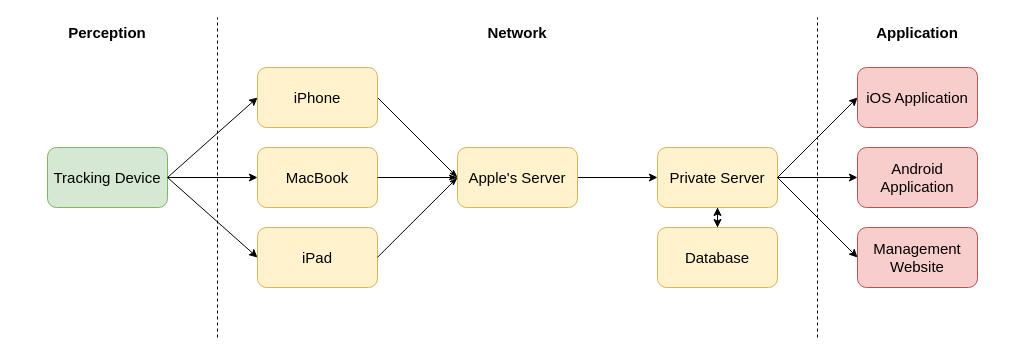
The draw.io diagram Detail_System.drawio in Child-Safety-Tracker/Diagrams, before the edit. Source tidied: cells renumbered, new cells numbered last; positions are measured from the earlier drawing's top-left corner, leaving out a move shared by most shapes. Both pictures are drawn from the tidied source at 100%, with x=0, y=0 at pixel (47, 17).
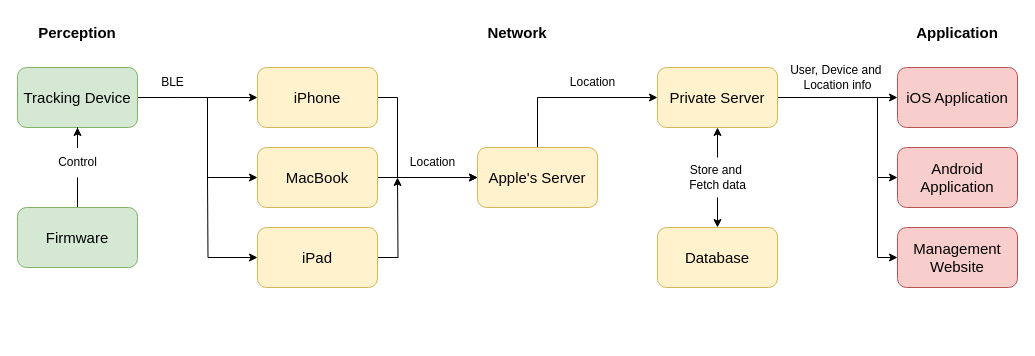
The same diagram, later.

Unchanged cells that the change refers to:
```xml
<mxCell id="5" value="iPhone" style="rounded=1;whiteSpace=wrap;html=1;fillColor=#fff2cc;strokeColor=#d6b656;fontSize=15;" parent="1" vertex="1">
  <mxGeometry x="210" y="50" width="120" height="60" as="geometry" />
</mxCell>
<mxCell id="6" value="MacBook" style="rounded=1;whiteSpace=wrap;html=1;fillColor=#fff2cc;strokeColor=#d6b656;fontSize=15;" parent="1" vertex="1">
  <mxGeometry x="210" y="130" width="120" height="60" as="geometry" />
</mxCell>
<mxCell id="7" value="iPad" style="rounded=1;whiteSpace=wrap;html=1;fillColor=#fff2cc;strokeColor=#d6b656;fontSize=15;" parent="1" vertex="1">
  <mxGeometry x="210" y="210" width="120" height="60" as="geometry" />
</mxCell>
<mxCell id="13" value="Database" style="rounded=1;whiteSpace=wrap;html=1;fillColor=#fff2cc;strokeColor=#d6b656;fontSize=15;" parent="1" vertex="1">
  <mxGeometry x="610" y="210" width="120" height="60" as="geometry" />
</mxCell>
```

The edit, as a diff of the source:
```diff
@@
+    <mxCell id="28" style="edgeStyle=orthogonalEdgeStyle;rounded=0;jettySize=auto;html=1;startArrow=none;startFill=0;endArrow=none;endFill=0;" parent="1" edge="1" source="37" target="35">
+      <mxGeometry relative="1" as="geometry" />
+    </mxCell>
-    <mxCell id="2" style="rounded=0;jettySize=auto;html=1;entryX=0;entryY=0.5;entryDx=0;entryDy=0;exitX=1;exitY=0.5;exitDx=0;exitDy=0;fontSize=15;" parent="1" edge="1" source="3" target="5">
-      <mxGeometry relative="1" as="geometry" />
+    <mxCell id="2" style="edgeStyle=orthogonalEdgeStyle;rounded=0;jettySize=auto;html=1;entryX=0;entryY=0.5;entryDx=0;entryDy=0;" parent="1" edge="1" source="3" target="5">
+      <mxGeometry relative="1" as="geometry">
+        <Array as="points">
+          <mxPoint x="130" y="80" />
+          <mxPoint x="130" y="80" />
+        </Array>
+      </mxGeometry>
     </mxCell>
     <mxCell id="3" value="Tracking Device" style="rounded=1;whiteSpace=wrap;html=1;fillColor=#d5e8d4;strokeColor=#82b366;fontSize=15;" parent="1" vertex="1">
-      <mxGeometry y="130" width="120" height="60" as="geometry" />
+      <mxGeometry x="-30" y="50" width="120" height="60" as="geometry" />
     </mxCell>
-    <mxCell id="4" style="rounded=0;jettySize=auto;html=1;entryX=0;entryY=0.5;entryDx=0;entryDy=0;exitX=1;exitY=0.5;exitDx=0;exitDy=0;endArrow=classicThin;endFill=1;fontSize=15;" parent="1" edge="1" source="5" target="9">
-      <mxGeometry relative="1" as="geometry" />
+    <mxCell id="4" style="edgeStyle=orthogonalEdgeStyle;rounded=0;jettySize=auto;html=1;entryX=0;entryY=0.5;entryDx=0;entryDy=0;" parent="1" edge="1" source="5" target="9">
+      <mxGeometry relative="1" as="geometry">
+        <Array as="points">
+          <mxPoint x="350" y="80" />
+          <mxPoint x="350" y="160" />
+        </Array>
+      </mxGeometry>
     </mxCell>
@@
+    <mxCell id="29" style="edgeStyle=orthogonalEdgeStyle;rounded=0;jettySize=auto;html=1;" parent="1" edge="1" source="6" target="9">
+      <mxGeometry relative="1" as="geometry" />
+    </mxCell>
+    <mxCell id="30" style="edgeStyle=orthogonalEdgeStyle;rounded=0;jettySize=auto;html=1;startArrow=classic;startFill=1;endArrow=none;endFill=0;" parent="1" edge="1" source="6">
+      <mxGeometry relative="1" as="geometry">
+        <mxPoint x="160" y="80" as="targetPoint" />
+        <Array as="points">
+          <mxPoint x="160" y="160" />
+        </Array>
+      </mxGeometry>
+    </mxCell>
@@
+    <mxCell id="31" style="edgeStyle=orthogonalEdgeStyle;rounded=0;jettySize=auto;html=1;endArrow=none;endFill=0;startArrow=classic;startFill=1;" parent="1" edge="1" source="7">
+      <mxGeometry relative="1" as="geometry">
+        <mxPoint x="160" y="159.4" as="targetPoint" />
+      </mxGeometry>
+    </mxCell>
+    <mxCell id="32" style="edgeStyle=orthogonalEdgeStyle;rounded=0;jettySize=auto;html=1;" parent="1" edge="1" source="7">
+      <mxGeometry relative="1" as="geometry">
+        <mxPoint x="350" y="160" as="targetPoint" />
+      </mxGeometry>
+    </mxCell>
@@
-    <mxCell id="8" style="edgeStyle=orthogonalEdgeStyle;rounded=0;jettySize=auto;html=1;fontSize=15;" parent="1" edge="1" source="9" target="12">
-      <mxGeometry relative="1" as="geometry" />
+    <mxCell id="8" style="edgeStyle=orthogonalEdgeStyle;rounded=0;jettySize=auto;html=1;entryX=0;entryY=0.5;entryDx=0;entryDy=0;" parent="1" edge="1" source="9" target="12">
+      <mxGeometry relative="1" as="geometry">
+        <Array as="points">
+          <mxPoint x="490" y="80" />
+        </Array>
+      </mxGeometry>
     </mxCell>
     <mxCell id="9" value="Apple's Server" style="rounded=1;whiteSpace=wrap;html=1;fillColor=#fff2cc;strokeColor=#d6b656;fontSize=15;" parent="1" vertex="1">
-      <mxGeometry x="410" y="130" width="120" height="60" as="geometry" />
+      <mxGeometry x="430" y="130" width="120" height="60" as="geometry" />
     </mxCell>
-    <mxCell id="10" style="edgeStyle=orthogonalEdgeStyle;rounded=0;jettySize=auto;html=1;startArrow=classic;startFill=1;fontSize=15;" parent="1" edge="1" source="12" target="13">
+    <mxCell id="10" style="edgeStyle=orthogonalEdgeStyle;rounded=0;jettySize=auto;html=1;startArrow=none;startFill=0;fontSize=15;endArrow=classic;endFill=1;" parent="1" edge="1" source="43" target="13">
       <mxGeometry relative="1" as="geometry" />
     </mxCell>
-    <mxCell id="11" style="rounded=0;jettySize=auto;html=1;entryX=0;entryY=0.5;entryDx=0;entryDy=0;exitX=1;exitY=0.5;exitDx=0;exitDy=0;fontSize=15;" parent="1" edge="1" source="12" target="14">
+    <mxCell id="11" style="edgeStyle=orthogonalEdgeStyle;rounded=0;jettySize=auto;html=1;entryX=0;entryY=0.5;entryDx=0;entryDy=0;" parent="1" edge="1" source="12" target="14">
       <mxGeometry relative="1" as="geometry" />
     </mxCell>
     <mxCell id="12" value="Private Server" style="rounded=1;whiteSpace=wrap;html=1;fillColor=#fff2cc;strokeColor=#d6b656;fontSize=15;" parent="1" vertex="1">
-      <mxGeometry x="610" y="130" width="120" height="60" as="geometry" />
+      <mxGeometry x="610" y="50" width="120" height="60" as="geometry" />
     </mxCell>
@@
     <mxCell id="14" value="iOS Application" style="rounded=1;whiteSpace=wrap;html=1;fillColor=#f8cecc;strokeColor=#b85450;fontSize=15;" parent="1" vertex="1">
-      <mxGeometry x="810" y="50" width="120" height="60" as="geometry" />
+      <mxGeometry x="850" y="50" width="120" height="60" as="geometry" />
     </mxCell>
+    <mxCell id="33" style="edgeStyle=orthogonalEdgeStyle;rounded=0;jettySize=auto;html=1;endArrow=none;endFill=0;startArrow=classic;startFill=1;" parent="1" edge="1" source="15">
+      <mxGeometry relative="1" as="geometry">
+        <mxPoint x="830" y="80" as="targetPoint" />
+      </mxGeometry>
+    </mxCell>
     <mxCell id="15" value="Android Application" style="rounded=1;whiteSpace=wrap;html=1;fillColor=#f8cecc;strokeColor=#b85450;fontSize=15;" parent="1" vertex="1">
-      <mxGeometry x="810" y="130" width="120" height="60" as="geometry" />
+      <mxGeometry x="850" y="130" width="120" height="60" as="geometry" />
     </mxCell>
+    <mxCell id="34" style="edgeStyle=orthogonalEdgeStyle;rounded=0;jettySize=auto;html=1;endArrow=none;endFill=0;startArrow=classic;startFill=1;" parent="1" edge="1" source="16">
+      <mxGeometry relative="1" as="geometry">
+        <mxPoint x="830" y="160" as="targetPoint" />
+      </mxGeometry>
+    </mxCell>
     <mxCell id="16" value="Management&lt;div&gt;Website&lt;/div&gt;" style="rounded=1;whiteSpace=wrap;html=1;fillColor=#f8cecc;strokeColor=#b85450;fontSize=15;" parent="1" vertex="1">
-      <mxGeometry x="810" y="210" width="120" height="60" as="geometry" />
+      <mxGeometry x="850" y="210" width="120" height="60" as="geometry" />
     </mxCell>
-    <mxCell id="17" style="rounded=0;jettySize=auto;html=1;entryX=0;entryY=0.5;entryDx=0;entryDy=0;exitX=1;exitY=0.5;exitDx=0;exitDy=0;fontSize=15;" parent="1" edge="1" source="3" target="6">
-      <mxGeometry relative="1" as="geometry" />
-    </mxCell>
-    <mxCell id="18" style="rounded=0;jettySize=auto;html=1;entryX=0;entryY=0.5;entryDx=0;entryDy=0;fontSize=15;" parent="1" edge="1" target="7">
-      <mxGeometry relative="1" as="geometry">
-        <mxPoint x="120" y="160" as="sourcePoint" />
-      </mxGeometry>
-    </mxCell>
-    <mxCell id="19" style="rounded=0;jettySize=auto;html=1;entryX=0;entryY=0.5;entryDx=0;entryDy=0;exitX=1;exitY=0.5;exitDx=0;exitDy=0;endArrow=classicThin;endFill=1;fontSize=15;" parent="1" edge="1" target="9">
-      <mxGeometry relative="1" as="geometry">
-        <mxPoint x="330" y="160" as="sourcePoint" />
-      </mxGeometry>
-    </mxCell>
-    <mxCell id="20" style="rounded=0;jettySize=auto;html=1;entryX=0;entryY=0.5;entryDx=0;entryDy=0;exitX=1;exitY=0.5;exitDx=0;exitDy=0;endArrow=classicThin;endFill=1;fontSize=15;" parent="1" edge="1" target="9">
-      <mxGeometry relative="1" as="geometry">
-        <mxPoint x="330" y="239.8" as="sourcePoint" />
-      </mxGeometry>
-    </mxCell>
-    <mxCell id="21" style="rounded=0;jettySize=auto;html=1;entryX=0;entryY=0.5;entryDx=0;entryDy=0;exitX=1;exitY=0.5;exitDx=0;exitDy=0;fontSize=15;" parent="1" edge="1" source="12" target="15">
-      <mxGeometry relative="1" as="geometry" />
-    </mxCell>
-    <mxCell id="22" style="rounded=0;jettySize=auto;html=1;entryX=0;entryY=0.5;entryDx=0;entryDy=0;exitX=1;exitY=0.5;exitDx=0;exitDy=0;fontSize=15;" parent="1" edge="1" source="12" target="16">
-      <mxGeometry relative="1" as="geometry" />
-    </mxCell>
-    <mxCell id="23" style="endArrow=none;dashed=1;html=1;rounded=0;" parent="1" edge="1">
-      <mxGeometry relative="1" as="geometry">
-        <mxPoint x="170" y="320" as="sourcePoint" />
-        <mxPoint x="170" as="targetPoint" />
-      </mxGeometry>
-    </mxCell>
-    <mxCell id="24" style="endArrow=none;dashed=1;html=1;rounded=0;" parent="1" edge="1">
-      <mxGeometry relative="1" as="geometry">
-        <mxPoint x="770" y="320" as="sourcePoint" />
-        <mxPoint x="770" as="targetPoint" />
-      </mxGeometry>
-    </mxCell>
     <mxCell id="25" value="Perception" style="text;html=1;align=center;verticalAlign=middle;whiteSpace=wrap;rounded=0;fontSize=15;fontStyle=1;" parent="1" vertex="1">
-      <mxGeometry x="5" width="110" height="30" as="geometry" />
+      <mxGeometry x="-25" width="110" height="30" as="geometry" />
     </mxCell>
@@
     <mxCell id="27" value="Application" style="text;html=1;align=center;verticalAlign=middle;whiteSpace=wrap;rounded=0;fontSize=15;fontStyle=1;" parent="1" vertex="1">
-      <mxGeometry x="825" width="90" height="30" as="geometry" />
+      <mxGeometry x="865" width="90" height="30" as="geometry" />
     </mxCell>
+    <mxCell id="35" value="Firmware" style="rounded=1;whiteSpace=wrap;html=1;fillColor=#d5e8d4;strokeColor=#82b366;fontSize=15;" parent="1" vertex="1">
+      <mxGeometry x="-30" y="190" width="120" height="60" as="geometry" />
+    </mxCell>
+    <mxCell id="36" style="edgeStyle=orthogonalEdgeStyle;rounded=0;jettySize=auto;html=1;startArrow=classic;startFill=1;endArrow=none;endFill=0;" parent="1" edge="1" source="3" target="37">
+      <mxGeometry relative="1" as="geometry" />
+    </mxCell>
+    <mxCell id="37" value="Control" style="text;html=1;align=center;verticalAlign=middle;points=[];strokeColor=none;fillColor=none;" parent="1" vertex="1">
+      <mxGeometry y="130" width="60" height="30" as="geometry" />
+    </mxCell>
+    <mxCell id="38" value="BLE" style="text;html=1;align=center;verticalAlign=middle;strokeColor=none;fillColor=none;" parent="1" vertex="1">
+      <mxGeometry x="100" y="50" width="50" height="30" as="geometry" />
+    </mxCell>
+    <mxCell id="39" value="Location" style="text;html=1;align=center;verticalAlign=middle;strokeColor=none;fillColor=none;" parent="1" vertex="1">
+      <mxGeometry x="350" y="130" width="70" height="30" as="geometry" />
+    </mxCell>
+    <mxCell id="40" value="Location" style="text;html=1;align=center;verticalAlign=middle;strokeColor=none;fillColor=none;" parent="1" vertex="1">
+      <mxGeometry x="510" y="50" width="70" height="30" as="geometry" />
+    </mxCell>
+    <mxCell id="41" value="User, Device and&amp;nbsp;&lt;div&gt;Location info&lt;/div&gt;" style="text;html=1;align=center;verticalAlign=middle;strokeColor=none;fillColor=none;" parent="1" vertex="1">
+      <mxGeometry x="730" y="40" width="120" height="40" as="geometry" />
+    </mxCell>
+    <mxCell id="42" style="edgeStyle=orthogonalEdgeStyle;rounded=0;jettySize=auto;html=1;startArrow=classic;startFill=1;fontSize=15;endArrow=none;endFill=0;" parent="1" edge="1" source="12" target="43">
+      <mxGeometry relative="1" as="geometry" />
+    </mxCell>
+    <mxCell id="43" value="Store and&amp;nbsp;&lt;div&gt;Fetch data&lt;/div&gt;" style="text;html=1;align=center;verticalAlign=middle;points=[];strokeColor=none;fillColor=none;" parent="1" vertex="1">
+      <mxGeometry x="630" y="140" width="80" height="40" as="geometry" />
+    </mxCell>
```
